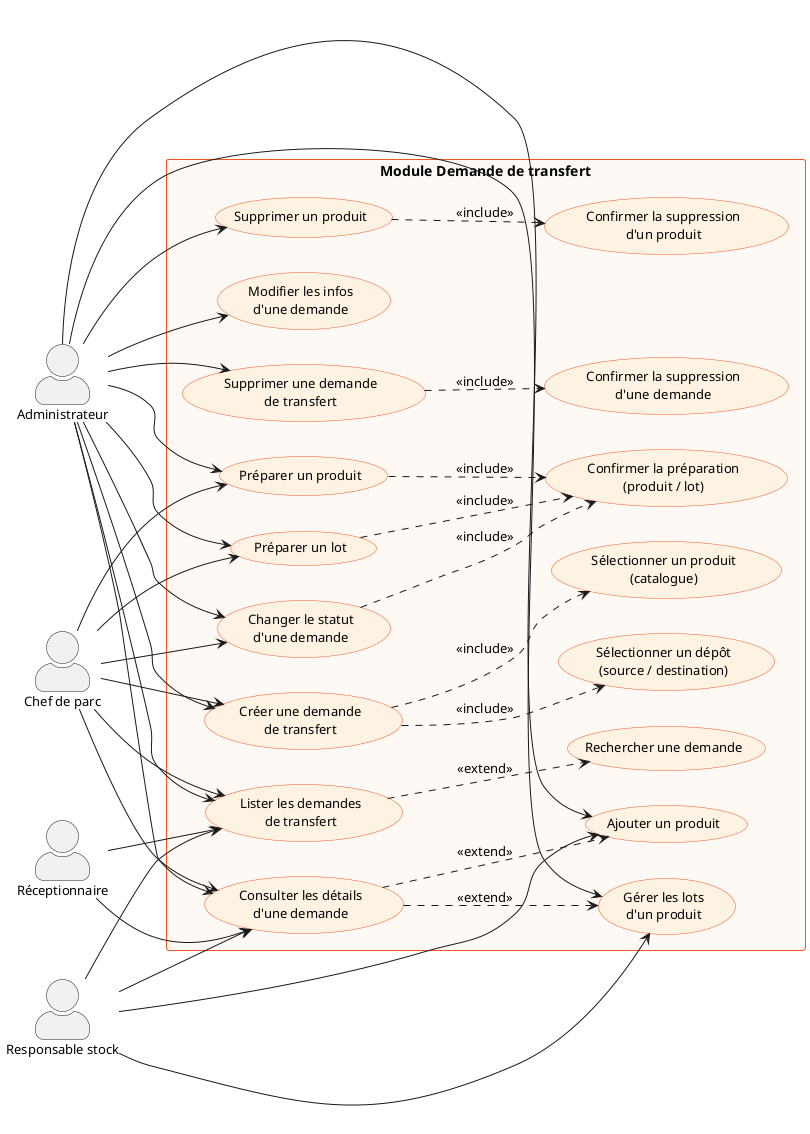
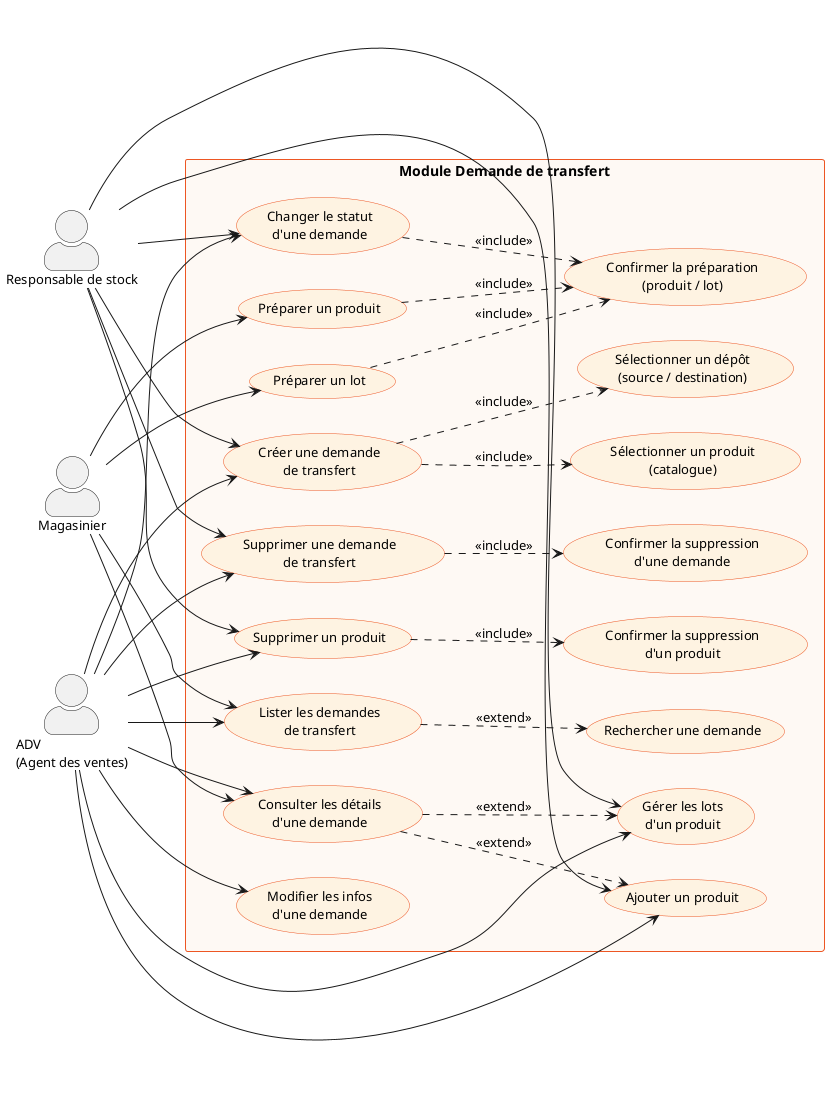
@startuml demande-transfert-use-case
left to right direction
skinparam packageStyle rectangle
skinparam actorStyle awesome
skinparam usecaseBackgroundColor #FEF3E2
skinparam usecaseBorderColor #ED5623
skinparam usecaseFontSize 13
skinparam actorFontSize 13
skinparam packageBorderColor #ED5623
skinparam packageFontSize 14

- actor "Administrateur" as Admin
- actor "Chef de parc" as Parc
- actor "Responsable stock" as RStock
- actor "Réceptionnaire" as Reception
+ actor "ADV\n(Agent des ventes)" as ADV
+ actor "Responsable de stock" as RStock
+ actor "Magasinier" as Magasinier

rectangle "Module Demande de transfert" #FEF9F4 {
  usecase "Lister les demandes\nde transfert" as UC1
  usecase "Consulter les détails\nd'une demande" as UC2
  usecase "Créer une demande\nde transfert" as UC3
  usecase "Modifier les infos\nd'une demande" as UC4
  usecase "Changer le statut\nd'une demande" as UC5
  usecase "Supprimer une demande\nde transfert" as UC6

  usecase "Ajouter un produit" as UC7
  usecase "Supprimer un produit" as UC8
  usecase "Gérer les lots\nd'un produit" as UC9
  usecase "Préparer un produit" as UC10
  usecase "Préparer un lot" as UC11

  usecase "Rechercher une demande" as UC12
  usecase "Sélectionner un dépôt\n(source / destination)" as UC13
  usecase "Sélectionner un produit\n(catalogue)" as UC14
  usecase "Confirmer la suppression\nd'une demande" as UC15
  usecase "Confirmer la suppression\nd'un produit" as UC16
  usecase "Confirmer la préparation\n(produit / lot)" as UC17
}

- Admin --> UC1
- Admin --> UC2
- Admin --> UC3
- Admin --> UC4
- Admin --> UC5
- Admin --> UC6
- Admin --> UC7
- Admin --> UC8
- Admin --> UC9
- Admin --> UC10
- Admin --> UC11
+ ADV --> UC3
+ ADV --> UC4
+ ADV --> UC5
+ ADV --> UC6
+ ADV --> UC7
+ ADV --> UC8
+ ADV --> UC9

- Parc --> UC1
- Parc --> UC2
- Parc --> UC3
- Parc --> UC5
- Parc --> UC10
- Parc --> UC11
- 
- RStock --> UC1
- RStock --> UC2
+ RStock --> UC3
+ RStock --> UC5
+ RStock --> UC6
RStock --> UC7
+ RStock --> UC8
RStock --> UC9

- Reception --> UC1
- Reception --> UC2
+ ADV --> UC1
+ ADV --> UC2
+ 
+ Magasinier --> UC1
+ Magasinier --> UC2
+ Magasinier --> UC10
+ Magasinier --> UC11

UC1 ..> UC12 : <<extend>>
UC3 ..> UC13 : <<include>>
UC3 ..> UC14 : <<include>>
UC2 ..> UC7 : <<extend>>
UC2 ..> UC9 : <<extend>>
UC5 ..> UC17 : <<include>>
UC6 ..> UC15 : <<include>>
UC8 ..> UC16 : <<include>>
UC10 ..> UC17 : <<include>>
UC11 ..> UC17 : <<include>>

@enduml